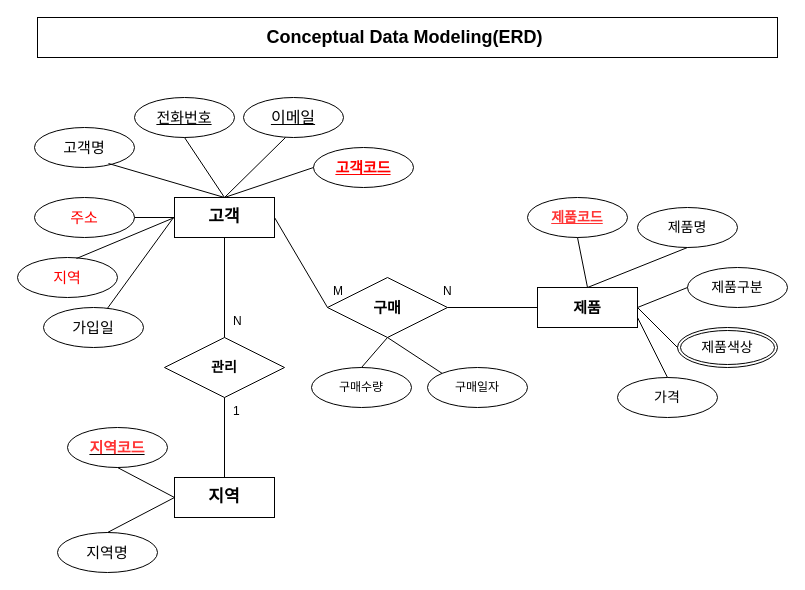
bitcocom/ai8erd keeps this draw.io diagram as page "페이지-7" (7 of 10) of erd.drawio. Above is the earlier version. Source tidied: cells renumbered, new cells numbered last; positions are measured from the earlier drawing's top-left corner, leaving out a move shared by most shapes. Both pictures are drawn from the tidied source at 100%, with x=0, y=0 at pixel (17, 17).
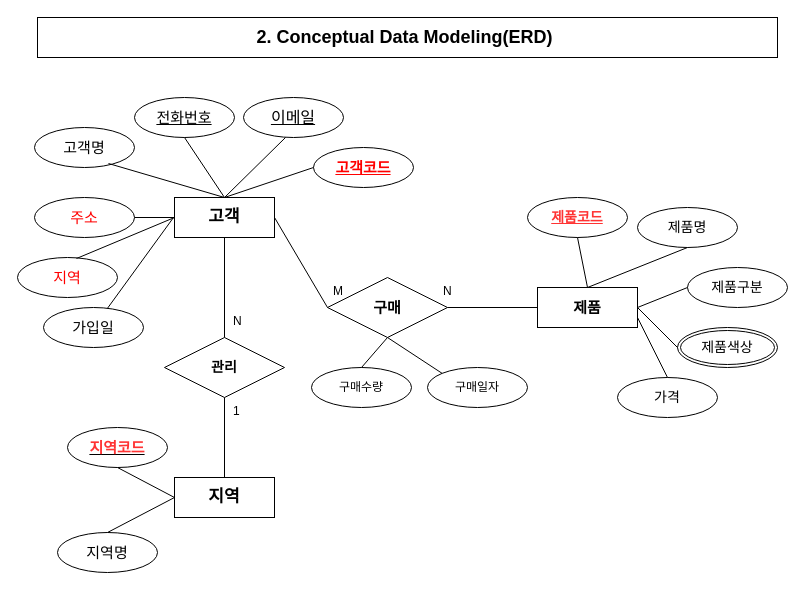
Above is the later version.

Change to the diagram source:
```diff
@@
-    <mxCell id="44" value="Conceptual Data&amp;nbsp;Modeling(ERD)&amp;nbsp;" style="whiteSpace=wrap;html=1;align=center;fontStyle=1;fontSize=18;" parent="1" vertex="1">
+    <mxCell id="44" value="2. Conceptual Data&amp;nbsp;Modeling(ERD)&amp;nbsp;" style="whiteSpace=wrap;html=1;align=center;fontStyle=1;fontSize=18;" parent="1" vertex="1">
       <mxGeometry x="20" width="740" height="40" as="geometry" />
     </mxCell>
```
